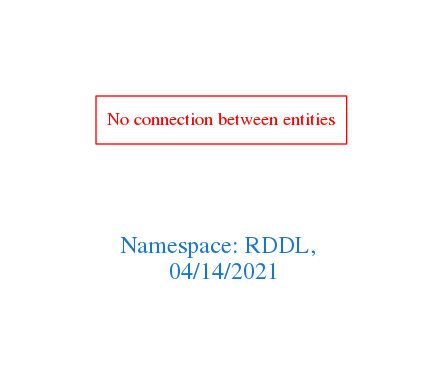
The Graphviz diagram downloads/RDDL.png in arago/OGIT, before a commit. Its source is kept beside it as downloads/RDDL.dot.
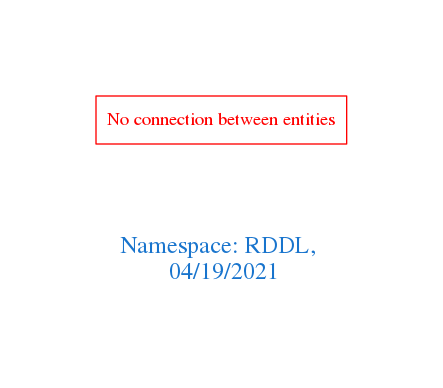
Later version of the same file.

The edit, as a diff of the source:
```diff
@@ -1,7 +1,7 @@
 digraph OGIT_ontology {
  graph [ rankdir= LR,pad=1
 fontsize = 18,
-fontcolor= dodgerblue3,label = "\n\n\nNamespace: RDDL, \n 04/14/2021"];
+fontcolor= dodgerblue3,label = "\n\n\nNamespace: RDDL, \n 04/19/2021"];
 node[shape=polygon];
 edge [  color="gray81"];
 
```
